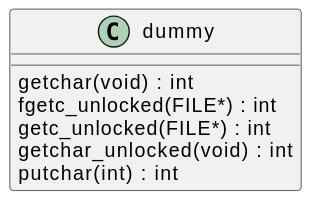
qualitesys/openssl keeps this PlantUML diagram as docs/qc/crypto/txt_db/txt_db.c.svg. Above is the earlier version.
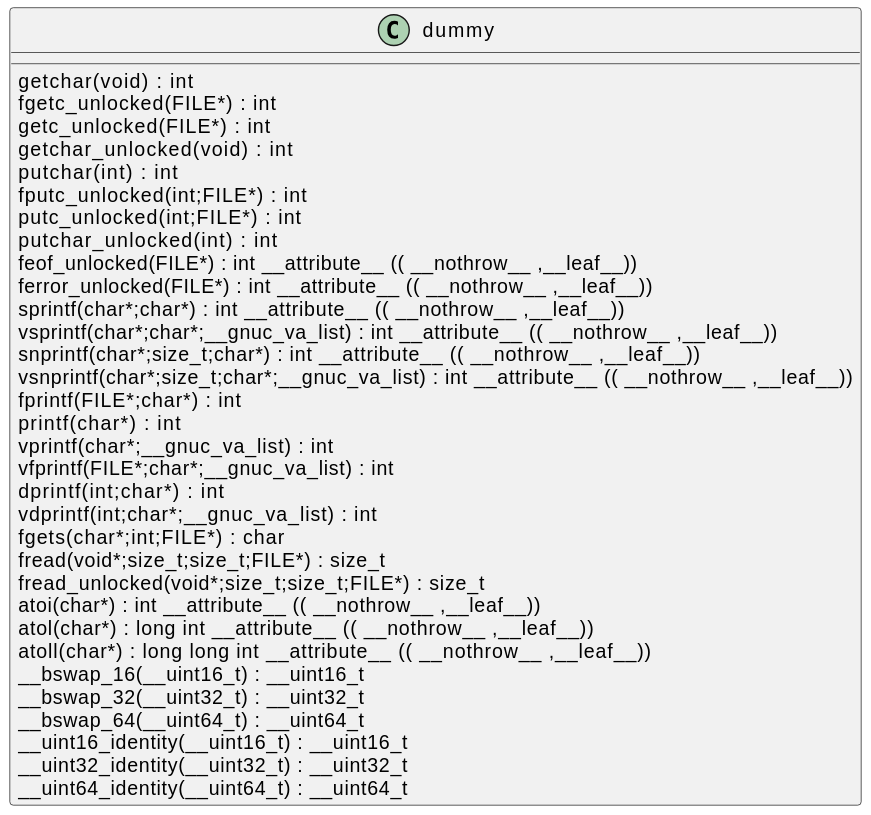
The same diagram one commit later.

Diff of the diagram source:
```diff
@@ -6,5 +6,32 @@
 getc_unlocked(FILE*) :  int  [[[./../../.././qc/crypto/txt_db/txt_db.c.html#761]]]
 getchar_unlocked(void) :  int  [[[./../../.././qc/crypto/txt_db/txt_db.c.html#768]]]
 putchar(int) :  int  [[[./../../.././qc/crypto/txt_db/txt_db.c.html#777]]]
+fputc_unlocked(int;FILE*) :  int  [[[./../../.././qc/crypto/txt_db/txt_db.c.html#786]]]
+putc_unlocked(int;FILE*) :  int  [[[./../../.././qc/crypto/txt_db/txt_db.c.html#796]]]
+putchar_unlocked(int) :  int  [[[./../../.././qc/crypto/txt_db/txt_db.c.html#803]]]
+feof_unlocked(FILE*) :  int  __attribute__ (( __nothrow__ ,__leaf__)) [[[./../../.././qc/crypto/txt_db/txt_db.c.html#809]]]
+ferror_unlocked(FILE*) :  int  __attribute__ (( __nothrow__ ,__leaf__)) [[[./../../.././qc/crypto/txt_db/txt_db.c.html#816]]]
+sprintf(char*;char*) :  int  __attribute__ (( __nothrow__ ,__leaf__)) [[[./../../.././qc/crypto/txt_db/txt_db.c.html#835]]]
+vsprintf(char*;char*;__gnuc_va_list) :  int  __attribute__ (( __nothrow__ ,__leaf__)) [[[./../../.././qc/crypto/txt_db/txt_db.c.html#848]]]
+snprintf(char*;size_t;char*) :  int  __attribute__ (( __nothrow__ ,__leaf__)) [[[./../../.././qc/crypto/txt_db/txt_db.c.html#867]]]
+vsnprintf(char*;size_t;char*;__gnuc_va_list) :  int  __attribute__ (( __nothrow__ ,__leaf__)) [[[./../../.././qc/crypto/txt_db/txt_db.c.html#881]]]
+fprintf(FILE*;char*) :  int  [[[./../../.././qc/crypto/txt_db/txt_db.c.html#902]]]
+printf(char*) :  int  [[[./../../.././qc/crypto/txt_db/txt_db.c.html#909]]]
+vprintf(char*;__gnuc_va_list) :  int  [[[./../../.././qc/crypto/txt_db/txt_db.c.html#921]]]
+vfprintf(FILE*;char*;__gnuc_va_list) :  int  [[[./../../.././qc/crypto/txt_db/txt_db.c.html#931]]]
+dprintf(int;char*) :  int  [[[./../../.././qc/crypto/txt_db/txt_db.c.html#946]]]
+vdprintf(int;char*;__gnuc_va_list) :  int  [[[./../../.././qc/crypto/txt_db/txt_db.c.html#957]]]
+fgets(char*;int;FILE*) :  char  [[[./../../.././qc/crypto/txt_db/txt_db.c.html#976]]]
+fread(void*;size_t;size_t;FILE*) : size_t [[[./../../.././qc/crypto/txt_db/txt_db.c.html#1002]]]
+fread_unlocked(void*;size_t;size_t;FILE*) : size_t [[[./../../.././qc/crypto/txt_db/txt_db.c.html#1029]]]
+atoi(char*) :  int  __attribute__ (( __nothrow__ ,__leaf__)) [[[./../../.././qc/crypto/txt_db/txt_db.c.html#1189]]]
+atol(char*) :  long  int  __attribute__ (( __nothrow__ ,__leaf__)) [[[./../../.././qc/crypto/txt_db/txt_db.c.html#1194]]]
+atoll(char*) :  long  long  int  __attribute__ (( __nothrow__ ,__leaf__)) [[[./../../.././qc/crypto/txt_db/txt_db.c.html#1201]]]
+__bswap_16(__uint16_t) : __uint16_t [[[./../../.././qc/crypto/txt_db/txt_db.c.html#1354]]]
+__bswap_32(__uint32_t) : __uint32_t [[[./../../.././qc/crypto/txt_db/txt_db.c.html#1369]]]
+__bswap_64(__uint64_t) : __uint64_t [[[./../../.././qc/crypto/txt_db/txt_db.c.html#1379]]]
+__uint16_identity(__uint16_t) : __uint16_t [[[./../../.././qc/crypto/txt_db/txt_db.c.html#1391]]]
+__uint32_identity(__uint32_t) : __uint32_t [[[./../../.././qc/crypto/txt_db/txt_db.c.html#1397]]]
+__uint64_identity(__uint64_t) : __uint64_t [[[./../../.././qc/crypto/txt_db/txt_db.c.html#1403]]]
 }
 @enduml
```
